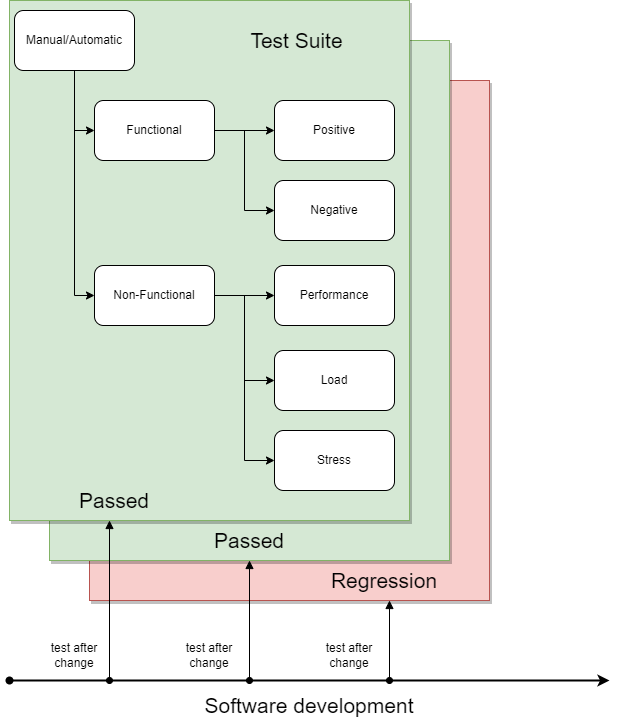
Earlier version of the draw.io export Assets/images/test-types.png (braboj/tutorial-testing). Source tidied: cells renumbered, new cells last; positions are measured from the earlier drawing's top-left corner, leaving out a move shared by most shapes.
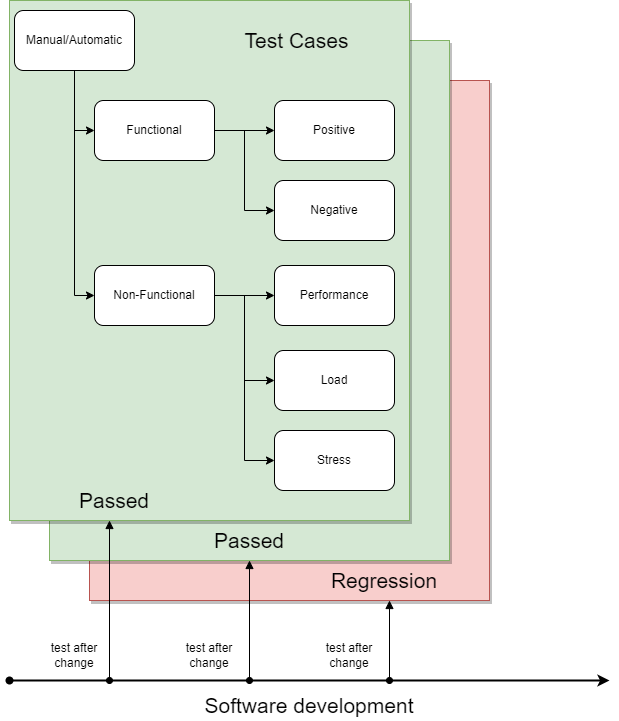
Later version of the same file.

What changed in the source:
```diff
@@ -100,7 +100,7 @@
     <mxCell id="30" value="Regression" style="text;html=1;strokeColor=none;fillColor=none;align=center;verticalAlign=middle;whiteSpace=wrap;rounded=0;fontSize=21;" parent="1" vertex="1">
       <mxGeometry x="320" y="560" width="110" height="40" as="geometry" />
     </mxCell>
-    <mxCell id="31" value="Test Suite" style="text;html=1;strokeColor=none;fillColor=none;align=center;verticalAlign=middle;whiteSpace=wrap;rounded=0;shadow=1;glass=0;sketch=0;fontSize=21;" parent="1" vertex="1">
+    <mxCell id="31" value="Test Cases" style="text;html=1;strokeColor=none;fillColor=none;align=center;verticalAlign=middle;whiteSpace=wrap;rounded=0;shadow=1;glass=0;sketch=0;fontSize=21;" parent="1" vertex="1">
       <mxGeometry x="190" y="25" width="195" height="30" as="geometry" />
     </mxCell>
   </root>
```
